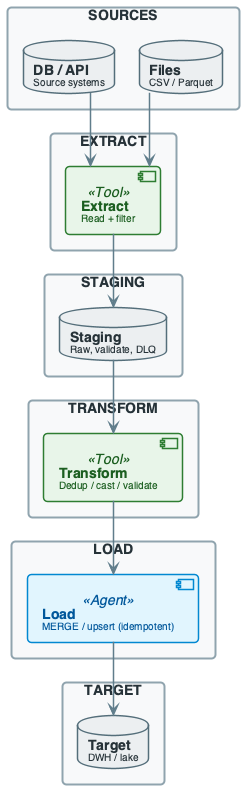
Earlier version of the PlantUML export diagrams/week04/week4_lecture_slide13_pipeline_overview.png (OrPerets/data-engineering-course). Its diagram source:
```plantuml
@startuml

top to bottom direction
skinparam linetype ortho
skinparam shadowing false
skinparam roundcorner 8
skinparam handwritten false
skinparam nodesep 24
skinparam ranksep 28

skinparam defaultFontName "Segoe UI, Helvetica, sans-serif"
skinparam defaultFontSize 16
skinparam defaultFontColor #2C3E50

skinparam rectangle {
    BackgroundColor #F8F9FA
    BorderColor #90A4AE
    BorderThickness 2
    FontColor #263238
    FontSize 14
    FontStyle bold
    Padding 20
}

skinparam component {
    BackgroundColor #FFFFFF
    BorderColor #78909C
    BorderThickness 1.5
    FontSize 14
    Padding 12
}

skinparam database {
    BackgroundColor #ECEFF1
    BorderColor #546E7A
    BorderThickness 1.5
    FontSize 14
    FontColor #263238
}

skinparam arrow {
    Color #607D8B
    Thickness 1.5
    FontSize 11
    FontColor #546E7A
}

skinparam component<<UI>> {
    BorderColor #8E24AA
    BackgroundColor #F3E5F5
    FontColor #4A148C
}

skinparam component<<Agent>> {
    BorderColor #0288D1
    BackgroundColor #E1F5FE
    FontColor #01579B
}

skinparam component<<Tool>> {
    BorderColor #2E7D32
    BackgroundColor #E8F5E9
    FontColor #1B5E20
}

skinparam component<<Config>> {
    BorderColor #F57C00
    BackgroundColor #FFF3E0
    FontColor #E65100
}

skinparam component<<Bad>> {
    BorderColor #C62828
    BackgroundColor #FFEBEE
    FontColor #B71C1C
}

skinparam component<<V1>> {
    BorderColor #F57C00
    BackgroundColor #FFF3E0
    FontColor #E65100
}

skinparam component<<V2>> {
    BorderColor #2E7D32
    BackgroundColor #E8F5E9
    FontColor #1B5E20
}

skinparam component<<up>> {
    BackgroundColor #E8F5E9
    BorderColor #2E7D32
}

skinparam component<<down>> {
    BackgroundColor #FFEBEE
    BorderColor #C62828
}

skinparam database<<up>> {
    BackgroundColor #E8F5E9
    BorderColor #2E7D32
}

skinparam database<<down>> {
    BackgroundColor #FFEBEE
    BorderColor #C62828
}

skinparam component<<success>> {
    BackgroundColor #E8F5E9
    BorderColor #2E7D32
}

skinparam component<<failure>> {
    BackgroundColor #FFEBEE
    BorderColor #C62828
}


rectangle "SOURCES" #F8F9FA {
    database "**DB / API**\n<size:10>Source systems</size>" as SRC1
    database "**Files**\n<size:10>CSV / Parquet</size>" as SRC2
}

rectangle "EXTRACT" #F8F9FA {
    component "**Extract**\n<size:10>Read + filter</size>" as EXTRACT_STEP <<Tool>>
}

rectangle "STAGING" #F8F9FA {
    database "**Staging**\n<size:10>Raw, validate, DLQ</size>" as STG
}

rectangle "TRANSFORM" #F8F9FA {
    component "**Transform**\n<size:10>Dedup / cast / validate</size>" as TRANSFORM_STEP <<Tool>>
}

rectangle "LOAD" #F8F9FA {
    component "**Load**\n<size:10>MERGE / upsert (idempotent)</size>" as LOAD_STEP <<Agent>>
}

rectangle "TARGET" #F8F9FA {
    database "**Target**\n<size:10>DWH / lake</size>" as TGT
}

SRC1 --> EXTRACT_STEP
SRC2 --> EXTRACT_STEP
EXTRACT_STEP --> STG
STG --> TRANSFORM_STEP
TRANSFORM_STEP --> LOAD_STEP
LOAD_STEP --> TGT

@enduml
```
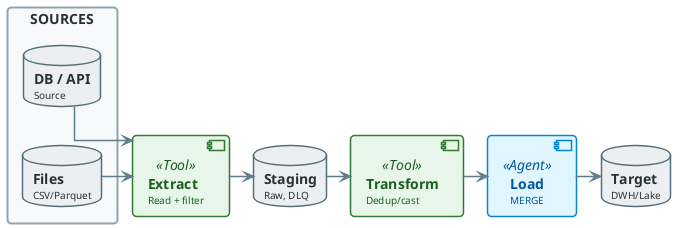
The same diagram one commit later.

The edit, as a diff of the source:
```diff
@@ -118,36 +118,28 @@
 }
 
 
+
 rectangle "SOURCES" #F8F9FA {
-    database "**DB / API**\n<size:10>Source systems</size>" as SRC1
-    database "**Files**\n<size:10>CSV / Parquet</size>" as SRC2
+    database "**DB / API**\n<size:10>Source</size>" as SRC1
+    database "**Files**\n<size:10>CSV/Parquet</size>" as SRC2
+    SRC1 -[hidden]down- SRC2
 }
 
-rectangle "EXTRACT" #F8F9FA {
-    component "**Extract**\n<size:10>Read + filter</size>" as EXTRACT_STEP <<Tool>>
-}
+component "**Extract**\n<size:10>Read + filter</size>" as EXTRACT_STEP <<Tool>>
 
-rectangle "STAGING" #F8F9FA {
-    database "**Staging**\n<size:10>Raw, validate, DLQ</size>" as STG
-}
+database "**Staging**\n<size:10>Raw, DLQ</size>" as STG
 
-rectangle "TRANSFORM" #F8F9FA {
-    component "**Transform**\n<size:10>Dedup / cast / validate</size>" as TRANSFORM_STEP <<Tool>>
-}
+component "**Transform**\n<size:10>Dedup/cast</size>" as TRANSFORM_STEP <<Tool>>
 
-rectangle "LOAD" #F8F9FA {
-    component "**Load**\n<size:10>MERGE / upsert (idempotent)</size>" as LOAD_STEP <<Agent>>
-}
+component "**Load**\n<size:10>MERGE</size>" as LOAD_STEP <<Agent>>
 
-rectangle "TARGET" #F8F9FA {
-    database "**Target**\n<size:10>DWH / lake</size>" as TGT
-}
+database "**Target**\n<size:10>DWH/Lake</size>" as TGT
 
-SRC1 --> EXTRACT_STEP
-SRC2 --> EXTRACT_STEP
-EXTRACT_STEP --> STG
-STG --> TRANSFORM_STEP
-TRANSFORM_STEP --> LOAD_STEP
-LOAD_STEP --> TGT
+SRC1 -right-> EXTRACT_STEP
+SRC2 -right-> EXTRACT_STEP
+EXTRACT_STEP -right-> STG
+STG -right-> TRANSFORM_STEP
+TRANSFORM_STEP -right-> LOAD_STEP
+LOAD_STEP -right-> TGT
 
 @enduml
```
